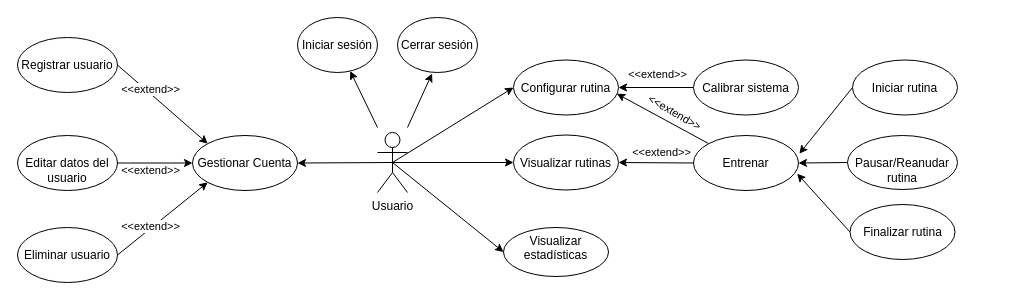
Earlier version of the draw.io diagram document/images/diagram-usecase-user.drawio (lcasan/Thesis). Source tidied: cells renumbered, new cells numbered last; positions are measured from the earlier drawing's top-left corner, leaving out a move shared by most shapes. Both pictures are drawn from the tidied source at 100%, with x=0, y=0 at pixel (17, 17).
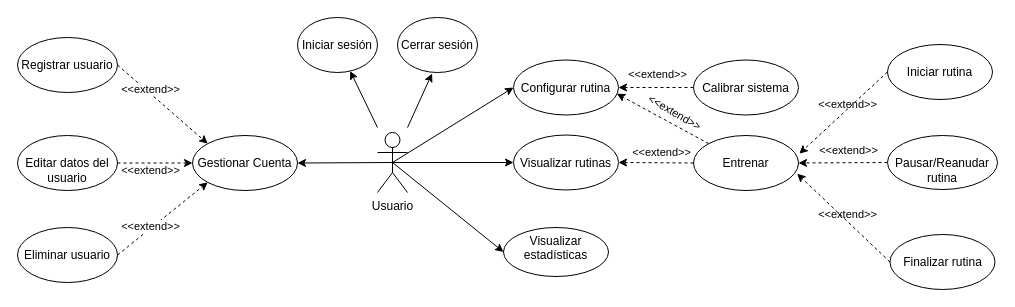
Above is the later version.

The change refers to these unchanged cells:
```xml
<mxCell id="11" value="&lt;br&gt;Gestionar Cuenta" style="ellipse;whiteSpace=wrap;html=1;verticalAlign=top;" parent="1" vertex="1">
  <mxGeometry x="175" y="118" width="105" height="55" as="geometry" />
</mxCell>
<mxCell id="14" value="&lt;br&gt;Registrar usuario" style="ellipse;whiteSpace=wrap;html=1;verticalAlign=top;" parent="1" vertex="1">
  <mxGeometry y="20" width="100" height="55" as="geometry" />
</mxCell>
<mxCell id="16" value="&lt;br&gt;Editar datos del usuario" style="ellipse;whiteSpace=wrap;html=1;verticalAlign=top;" parent="1" vertex="1">
  <mxGeometry y="118" width="100" height="55" as="geometry" />
</mxCell>
<mxCell id="20" value="&lt;br&gt;Eliminar usuario" style="ellipse;whiteSpace=wrap;html=1;verticalAlign=top;" parent="1" vertex="1">
  <mxGeometry y="210" width="100" height="55" as="geometry" />
</mxCell>
<mxCell id="21" value="&lt;br&gt;Configurar rutina" style="ellipse;whiteSpace=wrap;html=1;verticalAlign=top;" parent="1" vertex="1">
  <mxGeometry x="496" y="42.5" width="105" height="55" as="geometry" />
</mxCell>
<mxCell id="28" value="&lt;br&gt;Entrenar" style="ellipse;whiteSpace=wrap;html=1;verticalAlign=top;" parent="1" vertex="1">
  <mxGeometry x="676" y="118" width="105" height="55" as="geometry" />
</mxCell>
<mxCell id="30" value="&lt;br&gt;Visualizar rutinas" style="ellipse;whiteSpace=wrap;html=1;verticalAlign=top;" parent="1" vertex="1">
  <mxGeometry x="496" y="117.5" width="105" height="55" as="geometry" />
</mxCell>
<mxCell id="31" value="&lt;br&gt;Calibrar sistema" style="ellipse;whiteSpace=wrap;html=1;verticalAlign=top;" parent="1" vertex="1">
  <mxGeometry x="676" y="42.5" width="105" height="55" as="geometry" />
</mxCell>
```

The edit, as a diff of the source:
```diff
@@
-    <mxCell id="12" style="edgeStyle=none;html=1;exitX=1;exitY=0.5;exitDx=0;exitDy=0;entryX=0;entryY=0;entryDx=0;entryDy=0;" parent="1" edge="1" source="14" target="11">
+    <mxCell id="12" style="edgeStyle=none;html=1;exitX=1;exitY=0.5;exitDx=0;exitDy=0;entryX=0;entryY=0;entryDx=0;entryDy=0;dashed=1;" parent="1" edge="1" source="14" target="11">
       <mxGeometry relative="1" as="geometry" />
     </mxCell>
@@
-    <mxCell id="15" style="edgeStyle=none;html=1;exitX=1;exitY=0.5;exitDx=0;exitDy=0;entryX=0;entryY=0.5;entryDx=0;entryDy=0;" parent="1" edge="1" source="16" target="11">
+    <mxCell id="15" style="edgeStyle=none;html=1;exitX=1;exitY=0.5;exitDx=0;exitDy=0;entryX=0;entryY=0.5;entryDx=0;entryDy=0;dashed=1;" parent="1" edge="1" source="16" target="11">
       <mxGeometry relative="1" as="geometry" />
     </mxCell>
@@
-    <mxCell id="17" style="edgeStyle=none;html=1;exitX=1;exitY=0.5;exitDx=0;exitDy=0;entryX=0;entryY=1;entryDx=0;entryDy=0;" parent="1" edge="1" source="20" target="11">
+    <mxCell id="17" style="edgeStyle=none;html=1;exitX=1;exitY=0.5;exitDx=0;exitDy=0;entryX=0;entryY=1;entryDx=0;entryDy=0;dashed=1;" parent="1" edge="1" source="20" target="11">
       <mxGeometry relative="1" as="geometry" />
     </mxCell>
@@
-    <mxCell id="23" style="edgeStyle=none;html=1;exitX=0;exitY=0;exitDx=0;exitDy=0;entryX=0.984;entryY=0.613;entryDx=0;entryDy=0;entryPerimeter=0;" parent="1" edge="1" source="28" target="21">
+    <mxCell id="23" style="edgeStyle=none;html=1;exitX=0;exitY=0;exitDx=0;exitDy=0;entryX=0.984;entryY=0.613;entryDx=0;entryDy=0;entryPerimeter=0;dashed=1;" parent="1" edge="1" source="28" target="21">
       <mxGeometry relative="1" as="geometry" />
     </mxCell>
@@
+    <mxCell id="38" value="&amp;lt;&amp;lt;extend&amp;gt;&amp;gt;" style="edgeLabel;html=1;align=center;verticalAlign=middle;rotation=0;" parent="23" vertex="1">
+      <mxGeometry x="-0.25" y="-2" relative="1" as="geometry">
+        <mxPoint x="173" y="27" as="offset" />
+      </mxGeometry>
+    </mxCell>
+    <mxCell id="39" value="&amp;lt;&amp;lt;extend&amp;gt;&amp;gt;" style="edgeLabel;html=1;align=center;verticalAlign=middle;rotation=0;" parent="23" vertex="1">
+      <mxGeometry x="-0.25" y="-2" relative="1" as="geometry">
+        <mxPoint x="172" y="-19" as="offset" />
+      </mxGeometry>
+    </mxCell>
+    <mxCell id="40" value="&amp;lt;&amp;lt;extend&amp;gt;&amp;gt;" style="edgeLabel;html=1;align=center;verticalAlign=middle;rotation=0;" parent="23" vertex="1">
+      <mxGeometry x="-0.25" y="-2" relative="1" as="geometry">
+        <mxPoint x="172" y="91" as="offset" />
+      </mxGeometry>
+    </mxCell>
-    <mxCell id="27" style="edgeStyle=none;html=1;exitX=0;exitY=0.5;exitDx=0;exitDy=0;entryX=1;entryY=0.5;entryDx=0;entryDy=0;" parent="1" edge="1" source="28" target="30">
+    <mxCell id="27" style="edgeStyle=none;html=1;exitX=0;exitY=0.5;exitDx=0;exitDy=0;entryX=1;entryY=0.5;entryDx=0;entryDy=0;dashed=1;" parent="1" edge="1" source="28" target="30">
       <mxGeometry relative="1" as="geometry" />
     </mxCell>
@@
-    <mxCell id="29" style="edgeStyle=none;html=1;exitX=0;exitY=0.5;exitDx=0;exitDy=0;entryX=1;entryY=0.5;entryDx=0;entryDy=0;" parent="1" edge="1" source="31" target="21">
+    <mxCell id="29" style="edgeStyle=none;html=1;exitX=0;exitY=0.5;exitDx=0;exitDy=0;entryX=1;entryY=0.5;entryDx=0;entryDy=0;dashed=1;" parent="1" edge="1" source="31" target="21">
       <mxGeometry relative="1" as="geometry" />
     </mxCell>
@@
-    <mxCell id="32" style="edgeStyle=none;html=1;exitX=0;exitY=0.5;exitDx=0;exitDy=0;entryX=1;entryY=0.5;entryDx=0;entryDy=0;" parent="1" edge="1" source="33" target="28">
+    <mxCell id="32" style="edgeStyle=none;html=1;exitX=0;exitY=0.5;exitDx=0;exitDy=0;entryX=1;entryY=0.5;entryDx=0;entryDy=0;dashed=1;" parent="1" edge="1" source="33" target="28">
       <mxGeometry relative="1" as="geometry" />
     </mxCell>
     <mxCell id="33" value="&lt;br&gt;Pausar/Reanudar rutina" style="ellipse;whiteSpace=wrap;html=1;verticalAlign=top;" parent="1" vertex="1">
-      <mxGeometry x="830" y="118" width="110" height="54" as="geometry" />
+      <mxGeometry x="870" y="118" width="110" height="54" as="geometry" />
     </mxCell>
-    <mxCell id="34" style="edgeStyle=none;html=1;exitX=0;exitY=0.5;exitDx=0;exitDy=0;entryX=1.008;entryY=0.331;entryDx=0;entryDy=0;entryPerimeter=0;" parent="1" edge="1" source="35" target="28">
+    <mxCell id="34" style="edgeStyle=none;html=1;exitX=0;exitY=0.5;exitDx=0;exitDy=0;entryX=1.008;entryY=0.331;entryDx=0;entryDy=0;entryPerimeter=0;dashed=1;" parent="1" edge="1" source="35" target="28">
       <mxGeometry relative="1" as="geometry" />
     </mxCell>
     <mxCell id="35" value="&lt;br&gt;Iniciar rutina" style="ellipse;whiteSpace=wrap;html=1;verticalAlign=top;" parent="1" vertex="1">
-      <mxGeometry x="835" y="42.5" width="105" height="55" as="geometry" />
+      <mxGeometry x="870" y="27" width="105" height="55" as="geometry" />
     </mxCell>
-    <mxCell id="36" style="edgeStyle=none;html=1;exitX=0;exitY=0.5;exitDx=0;exitDy=0;entryX=0.987;entryY=0.694;entryDx=0;entryDy=0;entryPerimeter=0;" parent="1" edge="1" source="37" target="28">
+    <mxCell id="36" style="edgeStyle=none;html=1;exitX=0;exitY=0.5;exitDx=0;exitDy=0;entryX=0.987;entryY=0.694;entryDx=0;entryDy=0;entryPerimeter=0;dashed=1;" parent="1" edge="1" source="37" target="28">
       <mxGeometry relative="1" as="geometry" />
     </mxCell>
     <mxCell id="37" value="&lt;br&gt;Finalizar rutina" style="ellipse;whiteSpace=wrap;html=1;verticalAlign=top;" parent="1" vertex="1">
-      <mxGeometry x="832.5" y="187" width="105" height="55" as="geometry" />
+      <mxGeometry x="872.5" y="217" width="105" height="55" as="geometry" />
     </mxCell>
```
